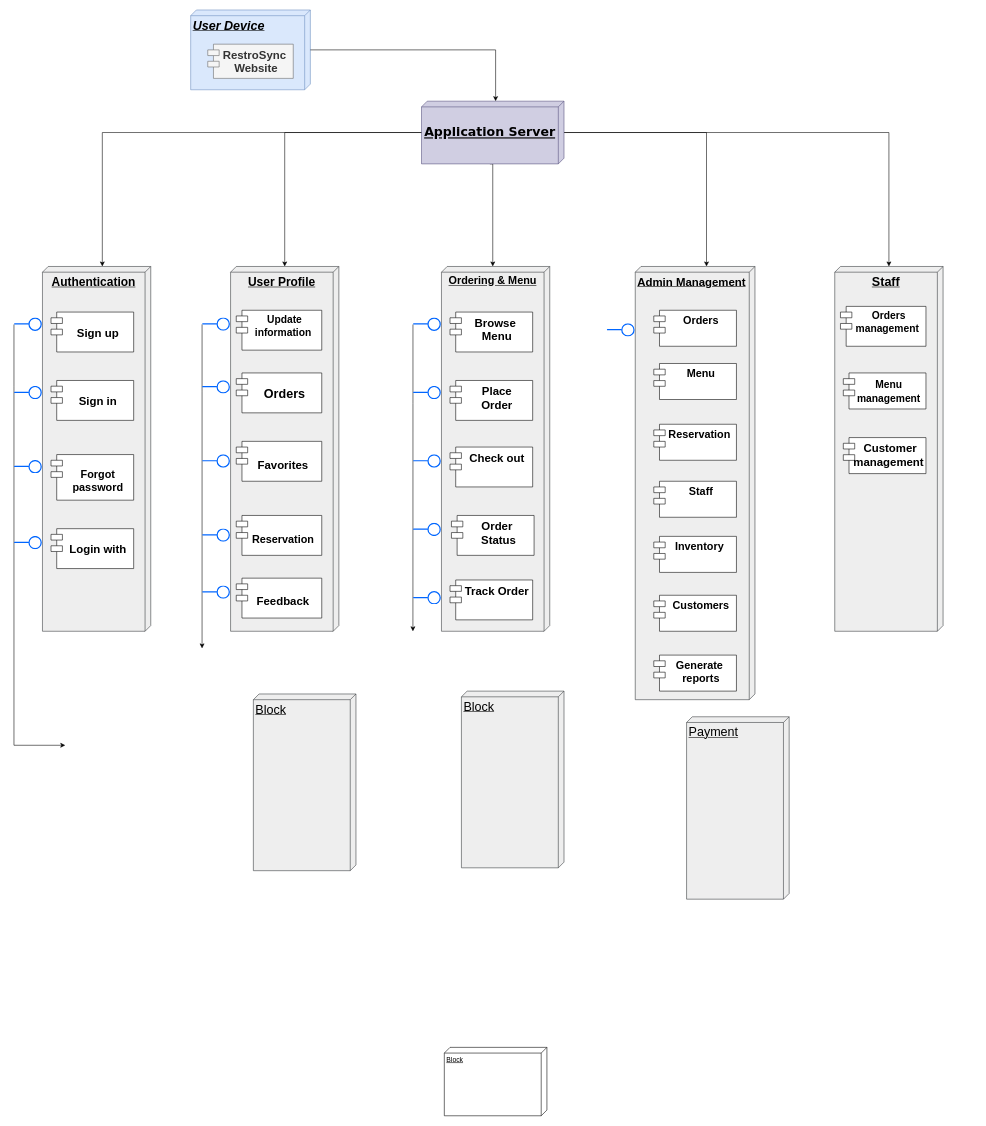
The draw.io diagram RMS_Deployment.drawio in AbrarBb/University, before the edit. Source tidied: cells renumbered, new cells numbered last; positions are measured from the earlier drawing's top-left corner, leaving out a move shared by most shapes. Both pictures are drawn from the tidied source at 57%, with x=0, y=0 at pixel (14, 10).
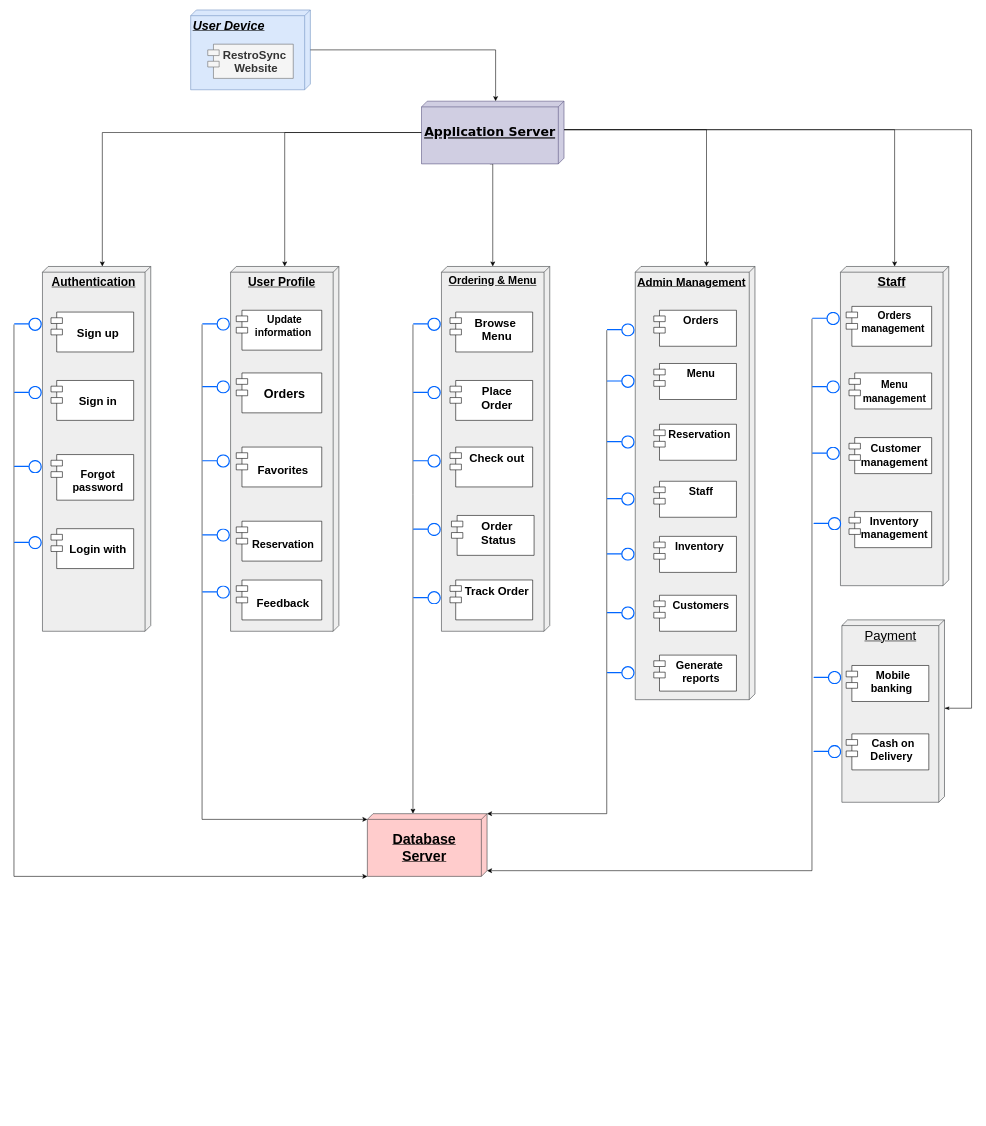
After the change.

Unchanged cells that the change refers to:
```xml
<mxCell id="7" value="&lt;h2&gt;&lt;span style=&quot;font-size: 22px;&quot;&gt;&lt;font face=&quot;Verdana&quot;&gt;Application Server&lt;/font&gt;&lt;/span&gt;&lt;/h2&gt;" style="verticalAlign=top;align=center;spacingTop=8;spacingLeft=2;spacingRight=12;shape=cube;size=10;direction=south;fontStyle=4;html=1;whiteSpace=wrap;fontSize=18;fillColor=#d0cee2;strokeColor=#56517e;" parent="1" vertex="1">
  <mxGeometry x="715" y="160" width="250" height="110" as="geometry" />
</mxCell>
<mxCell id="12" value="&lt;b style=&quot;&quot;&gt;&lt;font style=&quot;font-size: 20px;&quot;&gt;Admin Management&lt;/font&gt;&lt;/b&gt;" style="verticalAlign=top;align=left;spacingTop=8;spacingLeft=2;spacingRight=12;shape=cube;size=10;direction=south;fontStyle=4;html=1;whiteSpace=wrap;fontSize=18;fillColor=#eeeeee;strokeColor=#36393d;" parent="1" vertex="1">
  <mxGeometry x="1090" y="450" width="210" height="760" as="geometry" />
</mxCell>
<mxCell id="20" style="image;perimeter=ellipsePerimeter;html=1;align=center;shadow=0;dashed=0;spacingTop=3;image=img/lib/active_directory/interface.svg;" parent="1" vertex="1">
  <mxGeometry y="540" width="50" height="23.5" as="geometry" />
</mxCell>
<mxCell id="22" style="image;perimeter=ellipsePerimeter;html=1;align=center;shadow=0;dashed=0;spacingTop=3;image=img/lib/active_directory/interface.svg;" parent="1" vertex="1">
  <mxGeometry x="330" y="539.8" width="50" height="23.5" as="geometry" />
</mxCell>
<mxCell id="24" style="image;perimeter=ellipsePerimeter;html=1;align=center;shadow=0;dashed=0;spacingTop=3;image=img/lib/active_directory/interface.svg;fontSize=20;fontStyle=1;" parent="1" vertex="1">
  <mxGeometry x="700" y="540" width="50" height="23.5" as="geometry" />
</mxCell>
<mxCell id="25" style="image;perimeter=ellipsePerimeter;html=1;align=center;shadow=0;dashed=0;spacingTop=3;image=img/lib/active_directory/interface.svg;fontSize=19;" parent="1" vertex="1">
  <mxGeometry x="1040" y="550" width="50" height="23.5" as="geometry" />
</mxCell>
```

What changed in the source:
```diff
@@
-    <mxCell id="3" style="edgeStyle=orthogonalEdgeStyle;rounded=0;jettySize=auto;html=1;exitX=0;exitY=0;exitDx=55.00000000000001;exitDy=0;exitPerimeter=0;entryX=0;entryY=0;entryDx=0;entryDy=85;entryPerimeter=0;" parent="1" edge="1" source="7" target="12">
+    <mxCell id="3" style="edgeStyle=orthogonalEdgeStyle;rounded=0;jettySize=auto;html=1;exitX=0;exitY=0;exitDx=50;exitDy=0;exitPerimeter=0;entryX=0;entryY=0;entryDx=0;entryDy=85;entryPerimeter=0;" parent="1" edge="1" source="7" target="12">
       <mxGeometry relative="1" as="geometry" />
     </mxCell>
@@
-    <mxCell id="5" style="edgeStyle=orthogonalEdgeStyle;rounded=0;jettySize=auto;html=1;exitX=0;exitY=0;exitDx=55.00000000000001;exitDy=0;exitPerimeter=0;" parent="1" edge="1" source="7" target="13">
+    <mxCell id="5" style="edgeStyle=orthogonalEdgeStyle;rounded=0;jettySize=auto;html=1;exitX=0;exitY=0;exitDx=50;exitDy=0;exitPerimeter=0;" parent="1" edge="1" source="7" target="13">
       <mxGeometry relative="1" as="geometry" />
     </mxCell>
@@
     <mxCell id="13" value="&lt;font style=&quot;font-size: 22px;&quot;&gt;&lt;b&gt;Staff&lt;/b&gt;&lt;/font&gt;" style="verticalAlign=top;align=center;spacingTop=8;spacingLeft=2;spacingRight=12;shape=cube;size=10;direction=south;fontStyle=4;html=1;whiteSpace=wrap;fontSize=18;fillColor=#eeeeee;strokeColor=#36393d;" parent="1" vertex="1">
-      <mxGeometry x="1440" y="450" width="190" height="640" as="geometry" />
+      <mxGeometry x="1450" y="450" width="190" height="560" as="geometry" />
     </mxCell>
@@
     <mxCell id="17" value="&lt;b&gt;Orders&lt;br&gt;management&amp;nbsp;&lt;/b&gt;" style="shape=module;align=left;spacingLeft=20;align=center;verticalAlign=top;whiteSpace=wrap;html=1;fontSize=18;" parent="1" vertex="1">
-      <mxGeometry x="1450" y="520" width="150" height="70" as="geometry" />
+      <mxGeometry x="1460" y="520" width="150" height="70" as="geometry" />
     </mxCell>
@@
-    <mxCell id="19" style="edgeStyle=orthogonalEdgeStyle;rounded=0;jettySize=auto;html=1;exitX=0;exitY=0.5;exitDx=0;exitDy=0;" parent="1" edge="1" source="20">
+    <mxCell id="19" style="edgeStyle=orthogonalEdgeStyle;rounded=0;jettySize=auto;html=1;exitX=0;exitY=0.5;exitDx=0;exitDy=0;entryX=1;entryY=1;entryDx=0;entryDy=0;entryPerimeter=0;" parent="1" edge="1" source="20" target="29">
       <mxGeometry relative="1" as="geometry">
-        <mxPoint x="90" y="1290" as="targetPoint" />
         <Array as="points">
-          <mxPoint y="660" />
-          <mxPoint y="660" />
+          <mxPoint y="1520" />
         </Array>
       </mxGeometry>
     </mxCell>
@@
-    <mxCell id="21" style="edgeStyle=orthogonalEdgeStyle;rounded=0;jettySize=auto;html=1;exitX=0;exitY=0.5;exitDx=0;exitDy=0;" parent="1" edge="1" source="22">
+    <mxCell id="21" style="edgeStyle=orthogonalEdgeStyle;rounded=0;jettySize=auto;html=1;exitX=0;exitY=0.5;exitDx=0;exitDy=0;entryX=0;entryY=0;entryDx=10;entryDy=210;entryPerimeter=0;" parent="1" edge="1" source="22" target="29">
       <mxGeometry relative="1" as="geometry">
-        <mxPoint x="330" y="1120" as="targetPoint" />
         <Array as="points">
-          <mxPoint x="330" y="670" />
-          <mxPoint x="330" y="670" />
+          <mxPoint x="330" y="1420" />
         </Array>
       </mxGeometry>
     </mxCell>
@@
-    <mxCell id="23" style="edgeStyle=orthogonalEdgeStyle;rounded=0;jettySize=auto;html=1;exitX=0;exitY=0.5;exitDx=0;exitDy=0;" parent="1" edge="1" source="24">
+    <mxCell id="23" style="edgeStyle=orthogonalEdgeStyle;rounded=0;jettySize=auto;html=1;exitX=0;exitY=0.5;exitDx=0;exitDy=0;" parent="1" edge="1" source="24" target="29">
       <mxGeometry relative="1" as="geometry">
-        <mxPoint x="699.9" y="1090" as="targetPoint" />
         <Array as="points">
-          <mxPoint x="700" y="690" />
-          <mxPoint x="700" y="690" />
+          <mxPoint x="700" y="850" />
+          <mxPoint x="700" y="850" />
         </Array>
       </mxGeometry>
     </mxCell>
@@
+    <mxCell id="62" style="edgeStyle=orthogonalEdgeStyle;rounded=0;jettySize=auto;html=1;exitX=0;exitY=0.5;exitDx=0;exitDy=0;entryX=0;entryY=0;entryDx=0;entryDy=0;entryPerimeter=0;" parent="1" edge="1" source="25" target="29">
+      <mxGeometry relative="1" as="geometry">
+        <Array as="points">
+          <mxPoint x="1040" y="1410" />
+        </Array>
+      </mxGeometry>
+    </mxCell>
@@
-    <mxCell id="29" value="Block" style="verticalAlign=top;align=left;spacingTop=8;spacingLeft=2;spacingRight=12;shape=cube;size=10;direction=south;fontStyle=4;html=1;whiteSpace=wrap;" parent="1" vertex="1">
-      <mxGeometry x="755" y="1820" width="180" height="120" as="geometry" />
+    <mxCell id="29" value="&lt;h3&gt;&lt;font style=&quot;font-size: 25px;&quot;&gt;Database Server&lt;/font&gt;&lt;/h3&gt;" style="verticalAlign=top;align=center;spacingTop=8;spacingLeft=2;spacingRight=12;shape=cube;size=10;direction=south;fontStyle=4;html=1;whiteSpace=wrap;fillColor=#ffcccc;strokeColor=#36393d;" parent="1" vertex="1">
+      <mxGeometry x="620" y="1410" width="210" height="110" as="geometry" />
     </mxCell>
-    <mxCell id="30" value="&lt;font style=&quot;font-size: 22px;&quot;&gt;Block&lt;/font&gt;" style="verticalAlign=top;align=left;spacingTop=8;spacingLeft=2;spacingRight=12;shape=cube;size=10;direction=south;fontStyle=4;html=1;whiteSpace=wrap;fontSize=18;fillColor=#eeeeee;strokeColor=#36393d;" parent="1" vertex="1">
-      <mxGeometry x="785" y="1195" width="180" height="310" as="geometry" />
-    </mxCell>
-    <mxCell id="31" value="&lt;font style=&quot;font-size: 22px;&quot;&gt;Block&lt;/font&gt;" style="verticalAlign=top;align=left;spacingTop=8;spacingLeft=2;spacingRight=12;shape=cube;size=10;direction=south;fontStyle=4;html=1;whiteSpace=wrap;fontSize=18;fillColor=#eeeeee;strokeColor=#36393d;" parent="1" vertex="1">
-      <mxGeometry x="420" y="1200" width="180" height="310" as="geometry" />
-    </mxCell>
+    <mxCell id="63" style="edgeStyle=elbowEdgeStyle;rounded=0;jettySize=auto;html=1;exitX=0;exitY=0;exitDx=155;exitDy=0;exitPerimeter=0;entryX=0;entryY=0;entryDx=50;entryDy=0;entryPerimeter=0;startArrow=classicThin;startFill=1;endArrow=none;" parent="1" edge="1" source="32" target="7">
+      <mxGeometry relative="1" as="geometry">
+        <Array as="points">
+          <mxPoint x="1680" y="730" />
+        </Array>
+      </mxGeometry>
+    </mxCell>
-    <mxCell id="32" value="&lt;span style=&quot;font-size: 22px;&quot;&gt;Payment&lt;/span&gt;" style="verticalAlign=top;align=left;spacingTop=8;spacingLeft=2;spacingRight=12;shape=cube;size=10;direction=south;fontStyle=4;html=1;whiteSpace=wrap;fontSize=18;fillColor=#eeeeee;strokeColor=#36393d;" parent="1" vertex="1">
-      <mxGeometry x="1180" y="1240" width="180" height="320" as="geometry" />
+    <mxCell id="32" value="&lt;font style=&quot;font-size: 23px;&quot;&gt;Payment&lt;/font&gt;" style="verticalAlign=top;align=center;spacingTop=8;spacingLeft=2;spacingRight=12;shape=cube;size=10;direction=south;fontStyle=4;html=1;whiteSpace=wrap;fontSize=18;fillColor=#eeeeee;strokeColor=#36393d;" parent="1" vertex="1">
+      <mxGeometry x="1452.5" y="1070" width="180" height="320" as="geometry" />
     </mxCell>
@@
     <mxCell id="38" value="&lt;h3&gt;&lt;font style=&quot;font-size: 19px;&quot;&gt;Reservation&amp;nbsp;&lt;/font&gt;&lt;/h3&gt;" style="shape=module;align=left;spacingLeft=20;align=center;verticalAlign=top;whiteSpace=wrap;html=1;fontSize=18;" parent="1" vertex="1">
-      <mxGeometry x="390" y="886.8" width="150" height="70" as="geometry" />
+      <mxGeometry x="390" y="896.9" width="150" height="70" as="geometry" />
     </mxCell>
     <mxCell id="39" value="&lt;h3&gt;&lt;span style=&quot;font-size: 20px;&quot;&gt;Feedback&amp;nbsp;&lt;/span&gt;&lt;/h3&gt;" style="shape=module;align=left;spacingLeft=20;align=center;verticalAlign=top;whiteSpace=wrap;html=1;fontSize=18;" parent="1" vertex="1">
-      <mxGeometry x="390" y="996.8" width="150" height="70" as="geometry" />
+      <mxGeometry x="390" y="1000.1" width="150" height="70" as="geometry" />
     </mxCell>
@@
     <mxCell id="51" value="&lt;h3&gt;&lt;span style=&quot;font-size: 20px;&quot;&gt;Favorites&amp;nbsp;&lt;/span&gt;&lt;/h3&gt;" style="shape=module;align=left;spacingLeft=20;align=center;verticalAlign=top;whiteSpace=wrap;html=1;fontSize=18;" parent="1" vertex="1">
-      <mxGeometry x="390" y="756.8" width="150" height="70" as="geometry" />
+      <mxGeometry x="390" y="766.8" width="150" height="70" as="geometry" />
     </mxCell>
@@
     <mxCell id="60" value="&lt;font style=&quot;font-size: 18px;&quot;&gt;Menu&amp;nbsp;&lt;br&gt;management&amp;nbsp;&lt;/font&gt;" style="shape=module;align=left;spacingLeft=20;align=center;verticalAlign=top;whiteSpace=wrap;html=1;fontSize=20;fontStyle=1;" parent="1" vertex="1">
-      <mxGeometry x="1455" y="636.8" width="145" height="63.2" as="geometry" />
+      <mxGeometry x="1465" y="636.8" width="145" height="63.2" as="geometry" />
     </mxCell>
-    <mxCell id="61" value="Customer&lt;div&gt;management&amp;nbsp;&lt;/div&gt;" style="shape=module;align=left;spacingLeft=20;align=center;verticalAlign=top;whiteSpace=wrap;html=1;fontSize=20;fontStyle=1;" parent="1" vertex="1">
-      <mxGeometry x="1455" y="750.2" width="145" height="63.2" as="geometry" />
+    <mxCell id="61" value="&lt;font style=&quot;font-size: 19px;&quot;&gt;Customer&lt;/font&gt;&lt;div&gt;&lt;font style=&quot;font-size: 19px;&quot;&gt;management&amp;nbsp;&lt;/font&gt;&lt;/div&gt;" style="shape=module;align=left;spacingLeft=20;align=center;verticalAlign=top;whiteSpace=wrap;html=1;fontSize=20;fontStyle=1;" parent="1" vertex="1">
+      <mxGeometry x="1465" y="750.2" width="145" height="63.2" as="geometry" />
     </mxCell>
+    <mxCell id="64" style="image;perimeter=ellipsePerimeter;html=1;align=center;shadow=0;dashed=0;spacingTop=3;image=img/lib/active_directory/interface.svg;fontSize=19;" parent="1" vertex="1">
+      <mxGeometry x="1040" y="943.4" width="50" height="23.5" as="geometry" />
+    </mxCell>
+    <mxCell id="65" style="image;perimeter=ellipsePerimeter;html=1;align=center;shadow=0;dashed=0;spacingTop=3;image=img/lib/active_directory/interface.svg;fontSize=19;" parent="1" vertex="1">
+      <mxGeometry x="1040" y="1046.6" width="50" height="23.5" as="geometry" />
+    </mxCell>
+    <mxCell id="66" style="image;perimeter=ellipsePerimeter;html=1;align=center;shadow=0;dashed=0;spacingTop=3;image=img/lib/active_directory/interface.svg;fontSize=19;" parent="1" vertex="1">
+      <mxGeometry x="1040" y="1151.6" width="50" height="23.5" as="geometry" />
+    </mxCell>
+    <mxCell id="67" style="image;perimeter=ellipsePerimeter;html=1;align=center;shadow=0;dashed=0;spacingTop=3;image=img/lib/active_directory/interface.svg;fontSize=19;" parent="1" vertex="1">
+      <mxGeometry x="1040" y="746.6" width="50" height="23.5" as="geometry" />
+    </mxCell>
+    <mxCell id="68" style="image;perimeter=ellipsePerimeter;html=1;align=center;shadow=0;dashed=0;spacingTop=3;image=img/lib/active_directory/interface.svg;fontSize=19;" parent="1" vertex="1">
+      <mxGeometry x="1040" y="846.6" width="50" height="23.5" as="geometry" />
+    </mxCell>
+    <mxCell id="69" style="image;perimeter=ellipsePerimeter;html=1;align=center;shadow=0;dashed=0;spacingTop=3;image=img/lib/active_directory/interface.svg;fontSize=19;" parent="1" vertex="1">
+      <mxGeometry x="1040" y="640.1" width="50" height="23.5" as="geometry" />
+    </mxCell>
+    <mxCell id="70" value="Mobile&lt;br&gt;banking&amp;nbsp;" style="shape=module;align=left;spacingLeft=20;align=center;verticalAlign=top;whiteSpace=wrap;html=1;fontSize=19;fontStyle=1;" parent="1" vertex="1">
+      <mxGeometry x="1460" y="1150" width="145" height="63.2" as="geometry" />
+    </mxCell>
+    <mxCell id="71" value="Cash on&lt;br&gt;Delivery&amp;nbsp;" style="shape=module;align=left;spacingLeft=20;align=center;verticalAlign=top;whiteSpace=wrap;html=1;fontSize=19;fontStyle=1;" parent="1" vertex="1">
+      <mxGeometry x="1460" y="1270" width="145" height="63.2" as="geometry" />
+    </mxCell>
+    <mxCell id="72" style="edgeStyle=orthogonalEdgeStyle;rounded=0;jettySize=auto;html=1;exitX=0;exitY=0.5;exitDx=0;exitDy=0;entryX=0;entryY=0;entryDx=100;entryDy=0;entryPerimeter=0;" parent="1" edge="1" source="73" target="29">
+      <mxGeometry relative="1" as="geometry">
+        <Array as="points">
+          <mxPoint x="1400" y="1510" />
+        </Array>
+      </mxGeometry>
+    </mxCell>
+    <mxCell id="73" style="image;perimeter=ellipsePerimeter;html=1;align=center;shadow=0;dashed=0;spacingTop=3;image=img/lib/active_directory/interface.svg;fontSize=19;" parent="1" vertex="1">
+      <mxGeometry x="1400" y="530" width="50" height="23.5" as="geometry" />
+    </mxCell>
+    <mxCell id="74" style="image;perimeter=ellipsePerimeter;html=1;align=center;shadow=0;dashed=0;spacingTop=3;image=img/lib/active_directory/interface.svg;fontSize=19;" parent="1" vertex="1">
+      <mxGeometry x="1400" y="766.5" width="50" height="23.5" as="geometry" />
+    </mxCell>
+    <mxCell id="75" style="image;perimeter=ellipsePerimeter;html=1;align=center;shadow=0;dashed=0;spacingTop=3;image=img/lib/active_directory/interface.svg;fontSize=19;" parent="1" vertex="1">
+      <mxGeometry x="1400" y="650" width="50" height="23.5" as="geometry" />
+    </mxCell>
+    <mxCell id="76" value="Inventory&amp;nbsp;&lt;br&gt;management&amp;nbsp;" style="shape=module;align=left;spacingLeft=20;align=center;verticalAlign=top;whiteSpace=wrap;html=1;fontSize=19;fontStyle=1;" parent="1" vertex="1">
+      <mxGeometry x="1465" y="880.1" width="145" height="63.2" as="geometry" />
+    </mxCell>
+    <mxCell id="77" style="image;perimeter=ellipsePerimeter;html=1;align=center;shadow=0;dashed=0;spacingTop=3;image=img/lib/active_directory/interface.svg;fontSize=19;" parent="1" vertex="1">
+      <mxGeometry x="1402.5" y="890" width="50" height="23.5" as="geometry" />
+    </mxCell>
+    <mxCell id="78" style="image;perimeter=ellipsePerimeter;html=1;align=center;shadow=0;dashed=0;spacingTop=3;image=img/lib/active_directory/interface.svg;fontSize=19;" parent="1" vertex="1">
+      <mxGeometry x="1402.5" y="1160" width="50" height="23.5" as="geometry" />
+    </mxCell>
+    <mxCell id="79" style="image;perimeter=ellipsePerimeter;html=1;align=center;shadow=0;dashed=0;spacingTop=3;image=img/lib/active_directory/interface.svg;fontSize=19;" parent="1" vertex="1">
+      <mxGeometry x="1402.5" y="1289.9" width="50" height="23.5" as="geometry" />
+    </mxCell>
```
